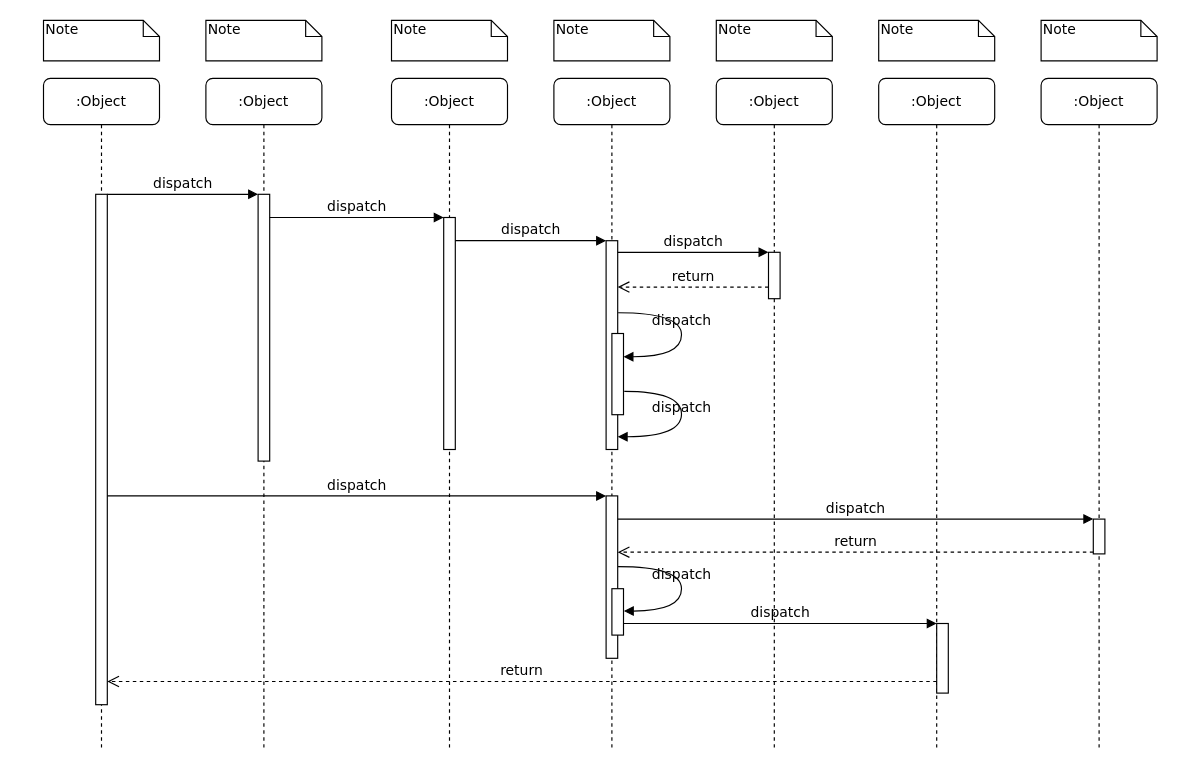
Before: Document generation sequence diagram.drawio in ambolt314/FinalProjectDesign, a draw.io diagram. Source tidied: cells renumbered, new cells numbered last; positions are measured from the earlier drawing's top-left corner, leaving out a move shared by most shapes. Both pictures are drawn from the tidied source at 116%, with x=0, y=0 at pixel (43, 20).
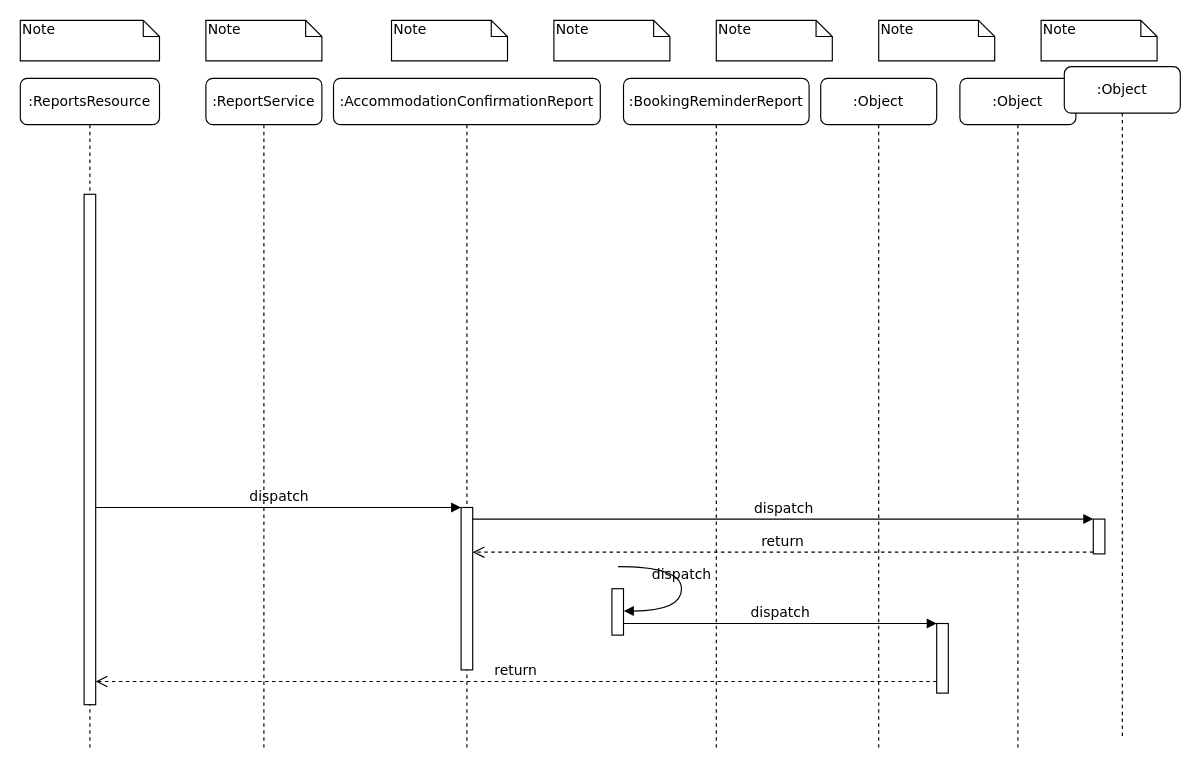
After the change.

Commit message:
Added activation points

The edit, as a diff of the source:
```diff
@@
-    <mxCell id="2" value=":Object" style="shape=umlLifeline;perimeter=lifelinePerimeter;whiteSpace=wrap;html=1;rounded=1;shadow=0;comic=0;labelBackgroundColor=none;strokeWidth=1;fontFamily=Verdana;fontSize=12;align=center;" parent="1" vertex="1">
+    <mxCell id="2" value=":ReportService" style="shape=umlLifeline;perimeter=lifelinePerimeter;whiteSpace=wrap;html=1;rounded=1;shadow=0;comic=0;labelBackgroundColor=none;strokeWidth=1;fontFamily=Verdana;fontSize=12;align=center;" parent="1" vertex="1">
       <mxGeometry x="140" y="50" width="100" height="580" as="geometry" />
     </mxCell>
-    <mxCell id="3" style="html=1;points=[];perimeter=orthogonalPerimeter;rounded=0;shadow=0;comic=0;labelBackgroundColor=none;strokeWidth=1;fontFamily=Verdana;fontSize=12;align=center;" parent="2" vertex="1">
-      <mxGeometry x="45" y="100" width="10" height="230" as="geometry" />
-    </mxCell>
-    <mxCell id="4" value=":Object" style="shape=umlLifeline;perimeter=lifelinePerimeter;whiteSpace=wrap;html=1;rounded=1;shadow=0;comic=0;labelBackgroundColor=none;strokeWidth=1;fontFamily=Verdana;fontSize=12;align=center;" parent="1" vertex="1">
-      <mxGeometry x="300" y="50" width="100" height="580" as="geometry" />
+    <mxCell id="4" value=":AccommodationConfirmationReport" style="shape=umlLifeline;perimeter=lifelinePerimeter;whiteSpace=wrap;html=1;rounded=1;shadow=0;comic=0;labelBackgroundColor=none;strokeWidth=1;fontFamily=Verdana;fontSize=12;align=center;" parent="1" vertex="1">
+      <mxGeometry x="250" y="50" width="230" height="580" as="geometry" />
     </mxCell>
-    <mxCell id="5" style="html=1;points=[];perimeter=orthogonalPerimeter;rounded=0;shadow=0;comic=0;labelBackgroundColor=none;strokeWidth=1;fontFamily=Verdana;fontSize=12;align=center;" parent="4" vertex="1">
-      <mxGeometry x="45" y="120" width="10" height="200" as="geometry" />
-    </mxCell>
+    <mxCell id="17" style="html=1;points=[];perimeter=orthogonalPerimeter;rounded=0;shadow=0;comic=0;labelBackgroundColor=none;strokeWidth=1;fontFamily=Verdana;fontSize=12;align=center;" parent="4" vertex="1">
+      <mxGeometry x="110" y="370" width="10" height="140" as="geometry" />
+    </mxCell>
-    <mxCell id="6" value=":Object" style="shape=umlLifeline;perimeter=lifelinePerimeter;whiteSpace=wrap;html=1;rounded=1;shadow=0;comic=0;labelBackgroundColor=none;strokeWidth=1;fontFamily=Verdana;fontSize=12;align=center;" parent="1" vertex="1">
-      <mxGeometry x="440" y="50" width="100" height="580" as="geometry" />
+    <mxCell id="6" value=":BookingReminderReport" style="shape=umlLifeline;perimeter=lifelinePerimeter;whiteSpace=wrap;html=1;rounded=1;shadow=0;comic=0;labelBackgroundColor=none;strokeWidth=1;fontFamily=Verdana;fontSize=12;align=center;" parent="1" vertex="1">
+      <mxGeometry x="500" y="50" width="160" height="580" as="geometry" />
     </mxCell>
     <mxCell id="7" value=":Object" style="shape=umlLifeline;perimeter=lifelinePerimeter;whiteSpace=wrap;html=1;rounded=1;shadow=0;comic=0;labelBackgroundColor=none;strokeWidth=1;fontFamily=Verdana;fontSize=12;align=center;" parent="1" vertex="1">
-      <mxGeometry x="580" y="50" width="100" height="580" as="geometry" />
+      <mxGeometry x="670" y="50" width="100" height="580" as="geometry" />
     </mxCell>
     <mxCell id="8" value=":Object" style="shape=umlLifeline;perimeter=lifelinePerimeter;whiteSpace=wrap;html=1;rounded=1;shadow=0;comic=0;labelBackgroundColor=none;strokeWidth=1;fontFamily=Verdana;fontSize=12;align=center;" parent="1" vertex="1">
-      <mxGeometry x="720" y="50" width="100" height="580" as="geometry" />
+      <mxGeometry x="790" y="50" width="100" height="580" as="geometry" />
     </mxCell>
     <mxCell id="9" value=":Object" style="shape=umlLifeline;perimeter=lifelinePerimeter;whiteSpace=wrap;html=1;rounded=1;shadow=0;comic=0;labelBackgroundColor=none;strokeWidth=1;fontFamily=Verdana;fontSize=12;align=center;" parent="1" vertex="1">
-      <mxGeometry x="860" y="50" width="100" height="580" as="geometry" />
+      <mxGeometry x="880" y="40" width="100" height="580" as="geometry" />
     </mxCell>
-    <mxCell id="10" value=":Object" style="shape=umlLifeline;perimeter=lifelinePerimeter;whiteSpace=wrap;html=1;rounded=1;shadow=0;comic=0;labelBackgroundColor=none;strokeWidth=1;fontFamily=Verdana;fontSize=12;align=center;" parent="1" vertex="1">
-      <mxGeometry y="50" width="100" height="580" as="geometry" />
+    <mxCell id="10" value=":ReportsResource" style="shape=umlLifeline;perimeter=lifelinePerimeter;whiteSpace=wrap;html=1;rounded=1;shadow=0;comic=0;labelBackgroundColor=none;strokeWidth=1;fontFamily=Verdana;fontSize=12;align=center;" parent="1" vertex="1">
+      <mxGeometry x="-20" y="50" width="120" height="580" as="geometry" />
     </mxCell>
     <mxCell id="11" style="html=1;points=[];perimeter=orthogonalPerimeter;rounded=0;shadow=0;comic=0;labelBackgroundColor=none;strokeWidth=1;fontFamily=Verdana;fontSize=12;align=center;" parent="10" vertex="1">
-      <mxGeometry x="45" y="100" width="10" height="440" as="geometry" />
+      <mxGeometry x="55" y="100" width="10" height="440" as="geometry" />
     </mxCell>
-    <mxCell id="12" style="html=1;points=[];perimeter=orthogonalPerimeter;rounded=0;shadow=0;comic=0;labelBackgroundColor=none;strokeWidth=1;fontFamily=Verdana;fontSize=12;align=center;" parent="1" vertex="1">
-      <mxGeometry x="485" y="190" width="10" height="180" as="geometry" />
-    </mxCell>
-    <mxCell id="13" value="dispatch" style="html=1;verticalAlign=bottom;endArrow=block;labelBackgroundColor=none;fontFamily=Verdana;fontSize=12;edgeStyle=elbowEdgeStyle;elbow=vertical;" parent="1" edge="1" source="5" target="12">
-      <mxGeometry relative="1" as="geometry">
-        <Array as="points">
-          <mxPoint x="360" y="190" />
-        </Array>
-      </mxGeometry>
-    </mxCell>
-    <mxCell id="14" style="html=1;points=[];perimeter=orthogonalPerimeter;rounded=0;shadow=0;comic=0;labelBackgroundColor=none;strokeWidth=1;fontFamily=Verdana;fontSize=12;align=center;" parent="1" vertex="1">
-      <mxGeometry x="625" y="200" width="10" height="40" as="geometry" />
-    </mxCell>
-    <mxCell id="15" value="dispatch" style="html=1;verticalAlign=bottom;endArrow=block;entryX=0;entryY=0;labelBackgroundColor=none;fontFamily=Verdana;fontSize=12;edgeStyle=elbowEdgeStyle;elbow=vertical;" parent="1" edge="1" source="12" target="14">
-      <mxGeometry relative="1" as="geometry" />
-    </mxCell>
-    <mxCell id="16" value="return" style="html=1;verticalAlign=bottom;endArrow=open;dashed=1;endSize=8;labelBackgroundColor=none;fontFamily=Verdana;fontSize=12;edgeStyle=elbowEdgeStyle;elbow=vertical;" parent="1" edge="1" source="14" target="12">
-      <mxGeometry relative="1" as="geometry">
-        <Array as="points">
-          <mxPoint x="570" y="230" />
-          <mxPoint x="600" y="230" />
-        </Array>
-      </mxGeometry>
-    </mxCell>
-    <mxCell id="17" style="html=1;points=[];perimeter=orthogonalPerimeter;rounded=0;shadow=0;comic=0;labelBackgroundColor=none;strokeWidth=1;fontFamily=Verdana;fontSize=12;align=center;" parent="1" vertex="1">
-      <mxGeometry x="485" y="410" width="10" height="140" as="geometry" />
-    </mxCell>
@@
-    <mxCell id="25" value="dispatch" style="html=1;verticalAlign=bottom;endArrow=block;entryX=0;entryY=0;labelBackgroundColor=none;fontFamily=Verdana;fontSize=12;edgeStyle=elbowEdgeStyle;elbow=vertical;" parent="1" edge="1" source="11" target="3">
-      <mxGeometry relative="1" as="geometry" />
-    </mxCell>
-    <mxCell id="26" value="dispatch" style="html=1;verticalAlign=bottom;endArrow=block;entryX=0;entryY=0;labelBackgroundColor=none;fontFamily=Verdana;fontSize=12;edgeStyle=elbowEdgeStyle;elbow=vertical;" parent="1" edge="1" source="3" target="5">
-      <mxGeometry relative="1" as="geometry" />
-    </mxCell>
-    <mxCell id="27" style="html=1;points=[];perimeter=orthogonalPerimeter;rounded=0;shadow=0;comic=0;labelBackgroundColor=none;strokeWidth=1;fontFamily=Verdana;fontSize=12;align=center;" parent="1" vertex="1">
-      <mxGeometry x="490" y="270" width="10" height="70" as="geometry" />
-    </mxCell>
-    <mxCell id="28" value="dispatch" style="html=1;verticalAlign=bottom;endArrow=block;labelBackgroundColor=none;fontFamily=Verdana;fontSize=12;elbow=vertical;edgeStyle=orthogonalEdgeStyle;curved=1;entryX=1;entryY=0.286;entryPerimeter=0;exitX=1.038;exitY=0.345;exitPerimeter=0;" parent="1" edge="1" source="12" target="27">
-      <mxGeometry relative="1" as="geometry">
-        <Array as="points">
-          <mxPoint x="550" y="252" />
-          <mxPoint x="550" y="290" />
-        </Array>
-      </mxGeometry>
-    </mxCell>
-    <mxCell id="29" value="dispatch" style="html=1;verticalAlign=bottom;endArrow=block;labelBackgroundColor=none;fontFamily=Verdana;fontSize=12;elbow=vertical;edgeStyle=orthogonalEdgeStyle;curved=1;exitX=1.066;exitY=0.713;exitPerimeter=0;" parent="1" edge="1" source="27">
-      <mxGeometry relative="1" as="geometry">
-        <mxPoint x="495" y="359" as="targetPoint" />
-        <Array as="points">
-          <mxPoint x="550" y="320" />
-          <mxPoint x="550" y="359" />
-        </Array>
-      </mxGeometry>
-    </mxCell>
@@
     <mxCell id="32" value="Note" style="shape=note;whiteSpace=wrap;html=1;size=14;verticalAlign=top;align=left;spacingTop=-6;rounded=0;shadow=0;comic=0;labelBackgroundColor=none;strokeWidth=1;fontFamily=Verdana;fontSize=12;" parent="1" vertex="1">
-      <mxGeometry width="100" height="35" as="geometry" />
+      <mxGeometry x="-20" width="120" height="35" as="geometry" />
     </mxCell>
```
